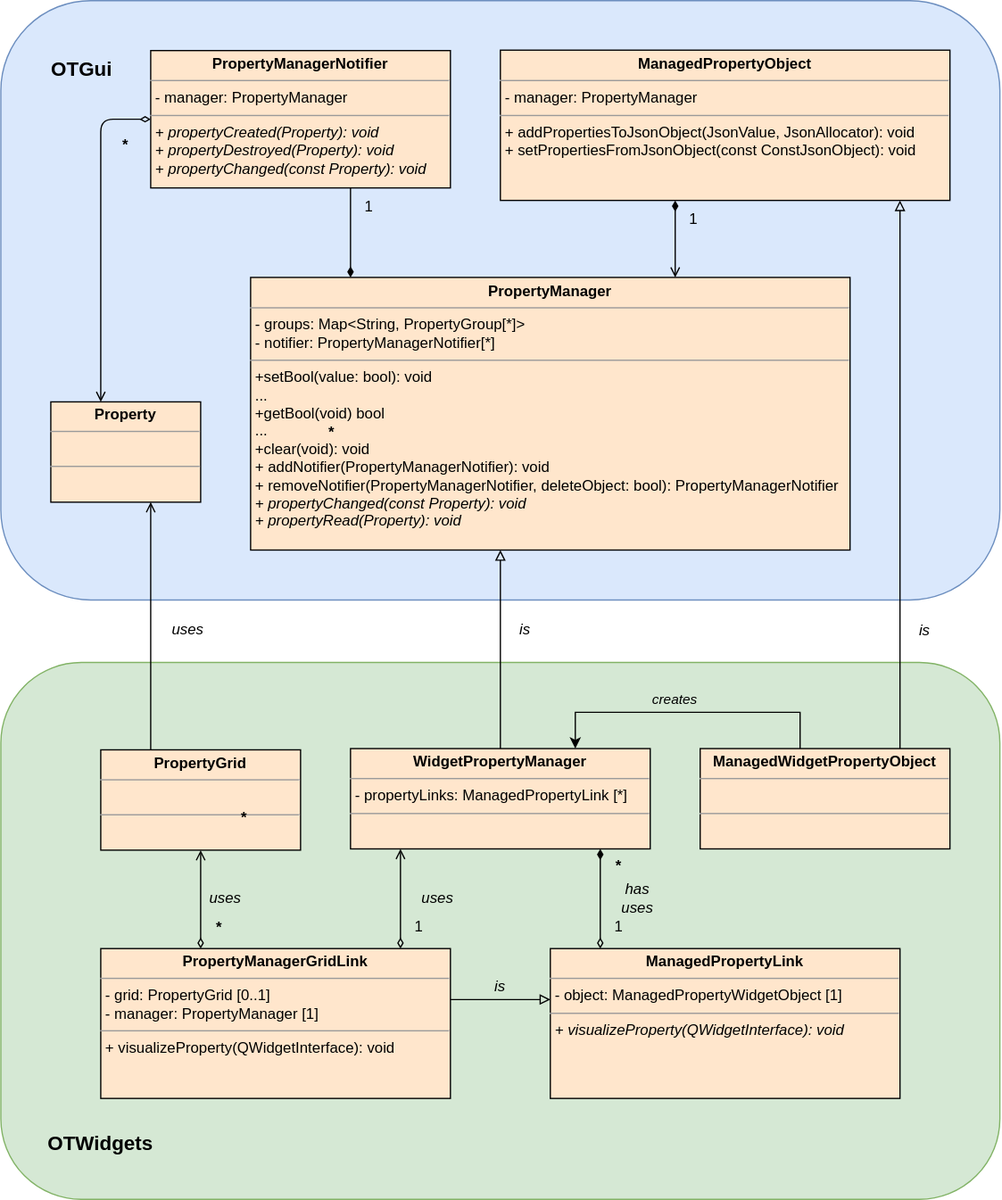
The draw.io diagram Documentation/Developer/general_concepts/images/managed_properties_class.svg in OT-OpenTwin/OpenTwin, before a commit. Source tidied: cells renumbered, new cells last; positions are measured from the earlier drawing's top-left corner, leaving out a move shared by most shapes.
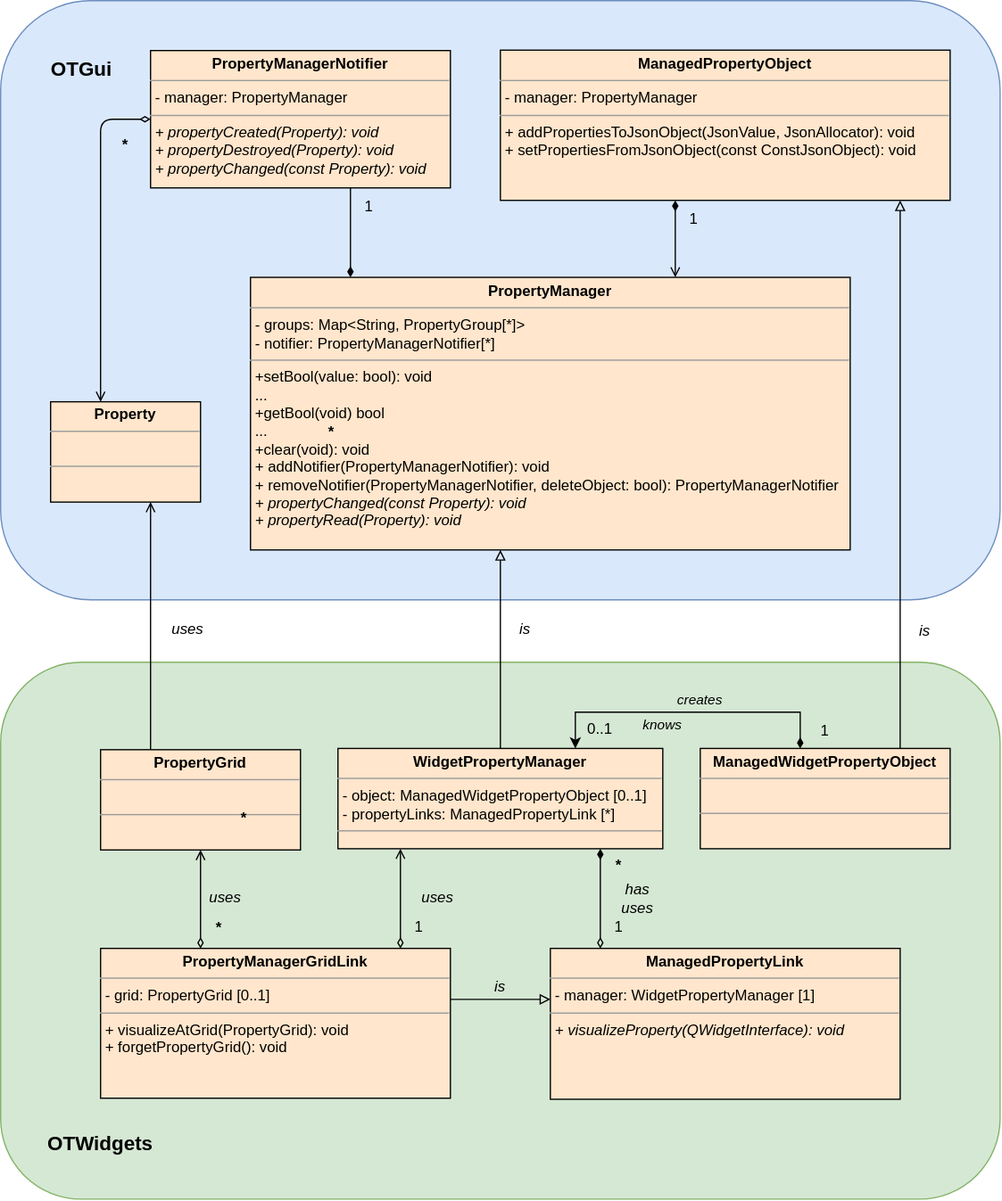
After the commit.

What changed in the source:
```diff
@@ -56,8 +56,8 @@
         </Array>
       </mxGeometry>
     </mxCell>
-    <mxCell id="12" value="&lt;p style=&quot;text-align: center; margin: 4px 0px 0px;&quot;&gt;&lt;span style=&quot;background-color: transparent; text-align: left;&quot;&gt;&lt;b&gt;WidgetPropertyManager&lt;/b&gt;&lt;/span&gt;&lt;/p&gt;&lt;hr size=&quot;1&quot;&gt;&lt;p style=&quot;margin:0px;margin-left:4px;&quot;&gt;&lt;span style=&quot;background-color: transparent; color: light-dark(rgb(0, 0, 0), rgb(255, 255, 255));&quot;&gt;- propertyLinks: ManagedPropertyLink [*]&lt;/span&gt;&lt;/p&gt;&lt;hr size=&quot;1&quot;&gt;&lt;p style=&quot;margin:0px;margin-left:4px;&quot;&gt;&lt;br&gt;&lt;/p&gt;" style="verticalAlign=top;align=left;overflow=fill;fontSize=12;fontFamily=Helvetica;html=1;fillColor=#ffe6cc;strokeColor=#000000;fontColor=default;" parent="1" vertex="1">
-      <mxGeometry x="280" y="599" width="240" height="80.3" as="geometry" />
+    <mxCell id="12" value="&lt;p style=&quot;text-align: center; margin: 4px 0px 0px;&quot;&gt;&lt;span style=&quot;background-color: transparent; text-align: left;&quot;&gt;&lt;b&gt;WidgetPropertyManager&lt;/b&gt;&lt;/span&gt;&lt;/p&gt;&lt;hr size=&quot;1&quot;&gt;&lt;p style=&quot;margin:0px;margin-left:4px;&quot;&gt;&lt;span style=&quot;background-color: transparent; color: light-dark(rgb(0, 0, 0), rgb(255, 255, 255));&quot;&gt;- object:&amp;nbsp;&lt;/span&gt;&lt;span style=&quot;background-color: transparent;&quot;&gt;ManagedWidgetPropertyObject [0..1]&lt;/span&gt;&lt;/p&gt;&lt;p style=&quot;margin:0px;margin-left:4px;&quot;&gt;&lt;span style=&quot;background-color: transparent; color: light-dark(rgb(0, 0, 0), rgb(255, 255, 255));&quot;&gt;- propertyLinks: ManagedPropertyLink [*]&lt;/span&gt;&lt;/p&gt;&lt;hr size=&quot;1&quot;&gt;&lt;p style=&quot;margin:0px;margin-left:4px;&quot;&gt;&lt;br&gt;&lt;/p&gt;" style="verticalAlign=top;align=left;overflow=fill;fontSize=12;fontFamily=Helvetica;html=1;fillColor=#ffe6cc;strokeColor=#000000;fontColor=default;" parent="1" vertex="1">
+      <mxGeometry x="270" y="599" width="260" height="80.3" as="geometry" />
     </mxCell>
     <mxCell id="13" style="edgeStyle=orthogonalEdgeStyle;shape=connector;curved=0;rounded=1;jettySize=auto;html=1;strokeColor=default;align=center;verticalAlign=middle;fontFamily=Helvetica;fontSize=12;fontColor=default;labelBackgroundColor=default;endArrow=open;endFill=0;startArrow=diamondThin;startFill=0;" parent="1" edge="1" source="15" target="17">
       <mxGeometry relative="1" as="geometry">
@@ -75,7 +75,7 @@
         </Array>
       </mxGeometry>
     </mxCell>
-    <mxCell id="15" value="&lt;p style=&quot;text-align: center; margin: 4px 0px 0px;&quot;&gt;&lt;span style=&quot;background-color: transparent; text-align: left;&quot;&gt;&lt;b&gt;PropertyManagerGridLink&lt;/b&gt;&lt;/span&gt;&lt;/p&gt;&lt;hr size=&quot;1&quot;&gt;&lt;p style=&quot;margin:0px;margin-left:4px;&quot;&gt;- grid: PropertyGrid [0..1]&lt;/p&gt;&lt;p style=&quot;margin:0px;margin-left:4px;&quot;&gt;- manager:&amp;nbsp;PropertyManager [1]&lt;/p&gt;&lt;hr size=&quot;1&quot;&gt;&lt;p style=&quot;margin:0px;margin-left:4px;&quot;&gt;+ visualizeProperty(QWidgetInterface): void&lt;/p&gt;" style="verticalAlign=top;align=left;overflow=fill;fontSize=12;fontFamily=Helvetica;html=1;fillColor=#ffe6cc;strokeColor=#000000;fontColor=default;" parent="1" vertex="1">
+    <mxCell id="15" value="&lt;p style=&quot;text-align: center; margin: 4px 0px 0px;&quot;&gt;&lt;span style=&quot;background-color: transparent; text-align: left;&quot;&gt;&lt;b&gt;PropertyManagerGridLink&lt;/b&gt;&lt;/span&gt;&lt;/p&gt;&lt;hr size=&quot;1&quot;&gt;&lt;p style=&quot;margin:0px;margin-left:4px;&quot;&gt;- grid: PropertyGrid [0..1]&lt;/p&gt;&lt;hr size=&quot;1&quot;&gt;&lt;p style=&quot;margin:0px;margin-left:4px;&quot;&gt;+ visualizeAtGrid(PropertyGrid): void&lt;/p&gt;&lt;p style=&quot;margin:0px;margin-left:4px;&quot;&gt;+ forgetPropertyGrid(): void&lt;/p&gt;" style="verticalAlign=top;align=left;overflow=fill;fontSize=12;fontFamily=Helvetica;html=1;fillColor=#ffe6cc;strokeColor=#000000;fontColor=default;" parent="1" vertex="1">
       <mxGeometry x="80" y="759.2" width="280" height="120" as="geometry" />
     </mxCell>
     <mxCell id="16" style="edgeStyle=orthogonalEdgeStyle;shape=connector;curved=0;rounded=1;jettySize=auto;html=1;strokeColor=default;align=center;verticalAlign=middle;fontFamily=Helvetica;fontSize=12;fontColor=default;labelBackgroundColor=default;endArrow=open;endFill=0;" parent="1" edge="1" source="17" target="19">
@@ -112,8 +112,8 @@
         </Array>
       </mxGeometry>
     </mxCell>
-    <mxCell id="24" value="&lt;p style=&quot;text-align: center; margin: 4px 0px 0px;&quot;&gt;&lt;span style=&quot;background-color: transparent; text-align: left;&quot;&gt;&lt;b&gt;ManagedPropertyLink&lt;/b&gt;&lt;/span&gt;&lt;/p&gt;&lt;hr size=&quot;1&quot;&gt;&lt;p style=&quot;margin:0px;margin-left:4px;&quot;&gt;- object: ManagedPropertyWidgetObject [1]&lt;/p&gt;&lt;hr size=&quot;1&quot;&gt;&lt;p style=&quot;margin:0px;margin-left:4px;&quot;&gt;&lt;i&gt;+ visualizeProperty(QWidgetInterface): void&lt;/i&gt;&lt;/p&gt;" style="verticalAlign=top;align=left;overflow=fill;fontSize=12;fontFamily=Helvetica;html=1;fillColor=#ffe6cc;strokeColor=#000000;fontColor=default;" parent="1" vertex="1">
-      <mxGeometry x="440" y="759.2" width="280" height="120" as="geometry" />
+    <mxCell id="24" value="&lt;p style=&quot;text-align: center; margin: 4px 0px 0px;&quot;&gt;&lt;span style=&quot;background-color: transparent; text-align: left;&quot;&gt;&lt;b&gt;ManagedPropertyLink&lt;/b&gt;&lt;/span&gt;&lt;/p&gt;&lt;hr size=&quot;1&quot;&gt;&lt;p style=&quot;margin:0px;margin-left:4px;&quot;&gt;- manager: WidgetPropertyManager [1]&lt;/p&gt;&lt;hr size=&quot;1&quot;&gt;&lt;p style=&quot;margin:0px;margin-left:4px;&quot;&gt;&lt;i style=&quot;background-color: transparent; color: light-dark(rgb(0, 0, 0), rgb(255, 255, 255));&quot;&gt;+ visualizeProperty(QWidgetInterface): void&lt;/i&gt;&lt;/p&gt;" style="verticalAlign=top;align=left;overflow=fill;fontSize=12;fontFamily=Helvetica;html=1;fillColor=#ffe6cc;strokeColor=#000000;fontColor=default;" parent="1" vertex="1">
+      <mxGeometry x="440" y="759.2" width="280" height="120.8" as="geometry" />
     </mxCell>
     <mxCell id="25" value="is" style="text;html=1;align=center;verticalAlign=middle;whiteSpace=wrap;rounded=0;fontStyle=2;fontSize=12;fontFamily=Helvetica;fontColor=default;" parent="1" vertex="1">
       <mxGeometry x="380" y="780" width="40" height="20" as="geometry" />
@@ -162,7 +162,7 @@
         </Array>
       </mxGeometry>
     </mxCell>
-    <mxCell id="39" style="edgeStyle=orthogonalEdgeStyle;rounded=0;jettySize=auto;html=1;" parent="1" edge="1" source="40" target="12">
+    <mxCell id="39" style="edgeStyle=orthogonalEdgeStyle;rounded=0;jettySize=auto;html=1;startArrow=diamondThin;startFill=1;" parent="1" edge="1" source="40" target="12">
       <mxGeometry relative="1" as="geometry">
         <Array as="points">
           <mxPoint x="640" y="570" />
@@ -174,10 +174,19 @@
       <mxGeometry x="560" y="599" width="200" height="80.3" as="geometry" />
     </mxCell>
     <mxCell id="41" value="creates" style="text;html=1;align=center;verticalAlign=middle;whiteSpace=wrap;rounded=0;fontStyle=2;fontSize=11;" parent="1" vertex="1">
-      <mxGeometry x="520" y="550" width="40" height="20" as="geometry" />
+      <mxGeometry x="540" y="550" width="40" height="20" as="geometry" />
     </mxCell>
     <mxCell id="42" value="is" style="text;html=1;align=center;verticalAlign=middle;whiteSpace=wrap;rounded=0;fontStyle=2;fontSize=12;fontFamily=Helvetica;fontColor=default;" parent="1" vertex="1">
       <mxGeometry x="720" y="485" width="40" height="40" as="geometry" />
     </mxCell>
+    <mxCell id="43" value="knows" style="text;html=1;align=center;verticalAlign=middle;whiteSpace=wrap;rounded=0;fontStyle=2;fontSize=11;" parent="1" vertex="1">
+      <mxGeometry x="510" y="570" width="40" height="20" as="geometry" />
+    </mxCell>
+    <mxCell id="44" value="0..1" style="text;html=1;align=center;verticalAlign=middle;whiteSpace=wrap;rounded=0;" parent="1" vertex="1">
+      <mxGeometry x="460" y="569" width="40" height="30" as="geometry" />
+    </mxCell>
+    <mxCell id="45" value="1" style="text;html=1;align=center;verticalAlign=middle;whiteSpace=wrap;rounded=0;" parent="1" vertex="1">
+      <mxGeometry x="645" y="570" width="30" height="30" as="geometry" />
+    </mxCell>
   </root>
 </mxGraphModel>
```
